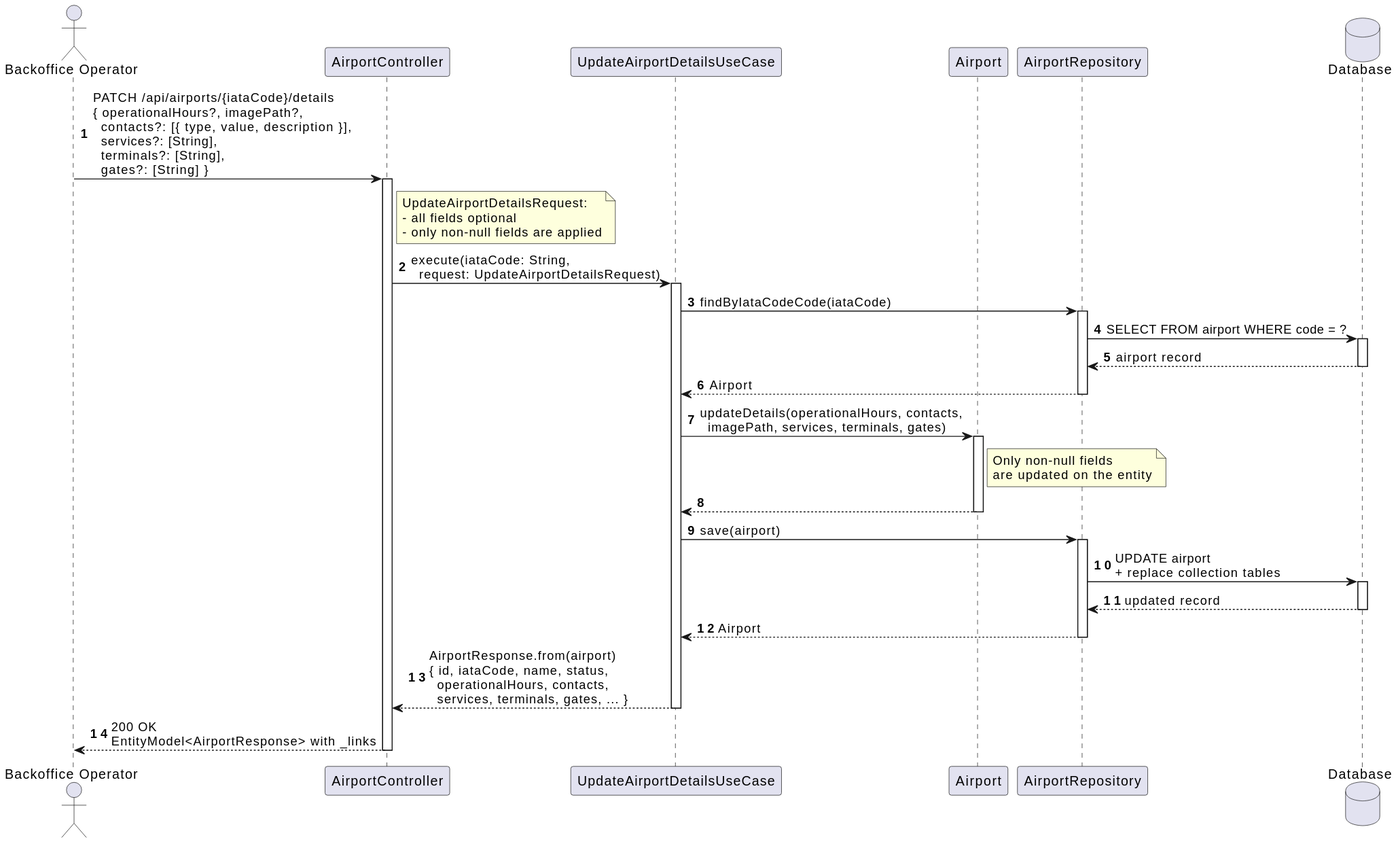
VascoMagolo/psoft_1231562_1241692_1242036_2db keeps this PlantUML diagram as docs/system-documentation/use-cases/WP2B/US208/svg/sd_us208.svg. Above is the earlier version.
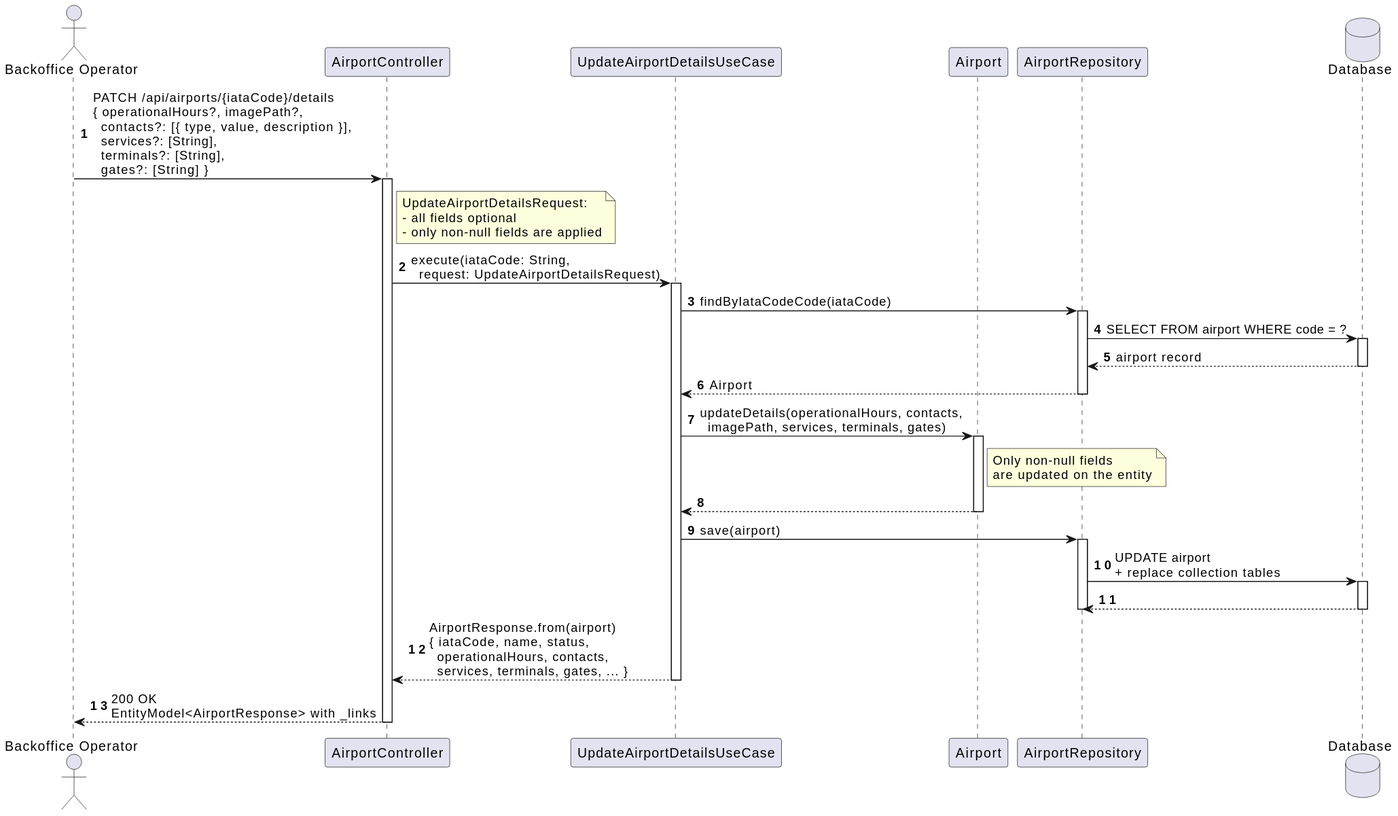
The same diagram one commit later.

Diff of the diagram source:
```diff
@@ -38,12 +38,11 @@
 activate Repo
 Repo -> DB : UPDATE airport\n+ replace collection tables
 activate DB
-DB --> Repo : updated record
+DB --> Repo
 deactivate DB
-Repo --> UC : Airport
 deactivate Repo
 
-UC --> Ctrl : AirportResponse.from(airport)\n{ id, iataCode, name, status,\n  operationalHours, contacts,\n  services, terminals, gates, ... }
+UC --> Ctrl : AirportResponse.from(airport)\n{ iataCode, name, status,\n  operationalHours, contacts,\n  services, terminals, gates, ... }
 deactivate UC
 
 Ctrl --> BO : 200 OK\nEntityModel<AirportResponse> with _links
```
